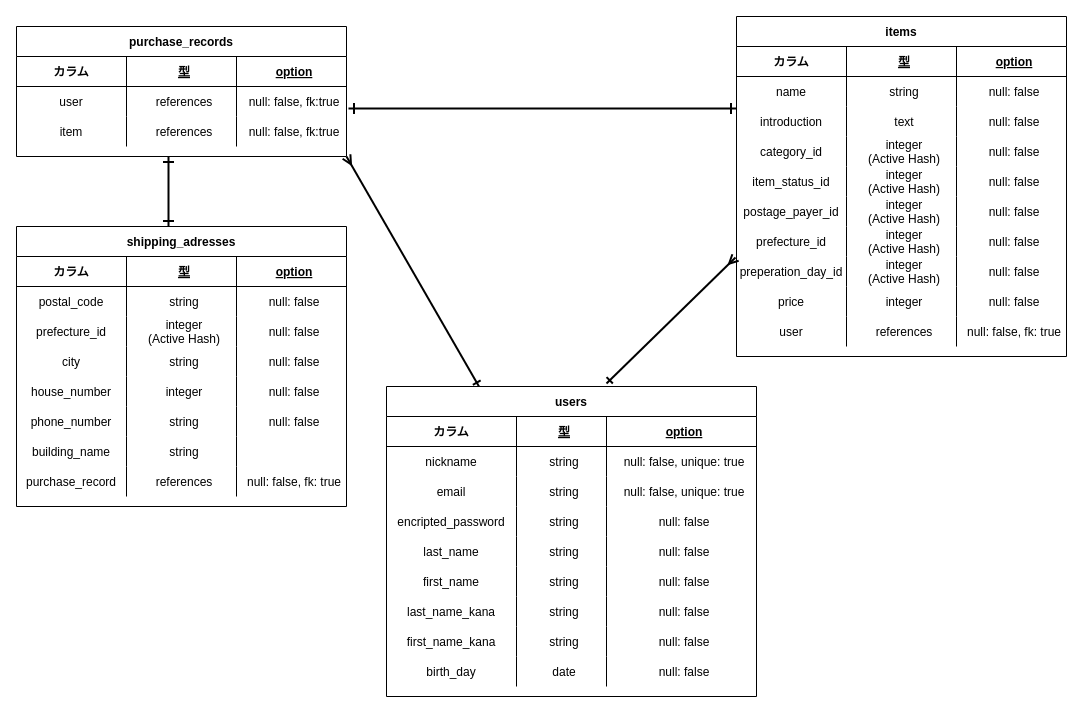
Before: ER.dio in hi-roto/furima-32883, a draw.io diagram. Source tidied: cells renumbered, new cells numbered last; positions are measured from the earlier drawing's top-left corner, leaving out a move shared by most shapes. Both pictures are drawn from the tidied source at 100%, with x=0, y=0 at pixel (16, 16).
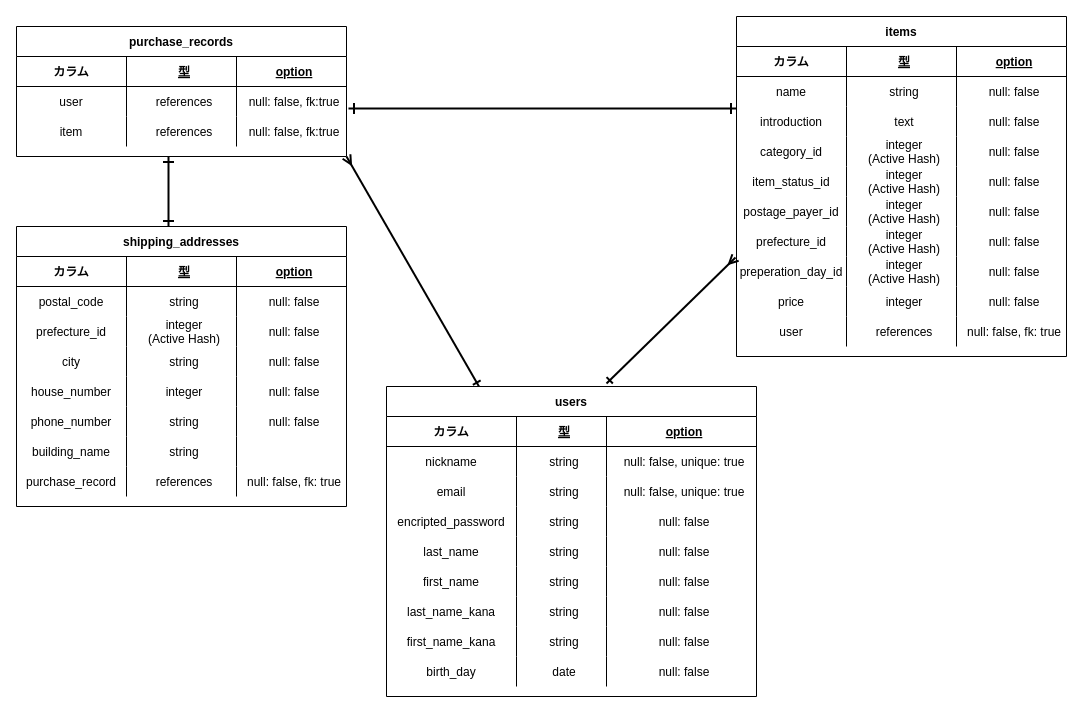
The same page after the edit.

Commit message (it also covers changes not shown here):
adressのスペルミスを訂正

The edit, as a diff of the source:
```diff
@@
-    <mxCell id="93" value="shipping_adresses" style="shape=table;startSize=30;childLayout=tableLayout;rowLines=0;fontStyle=1;align=center;" parent="1" vertex="1">
+    <mxCell id="93" value="shipping_addresses" style="shape=table;startSize=30;childLayout=tableLayout;rowLines=0;fontStyle=1;align=center;" parent="1" vertex="1">
       <mxGeometry y="210" width="330" height="280" as="geometry" />
     </mxCell>
```
